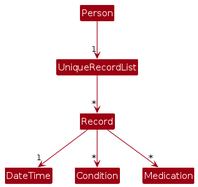
The PlantUML diagram diagrams/RecordClassDiagram.png in ryanongwx/tp, before a commit. Its source is kept beside it as diagrams/RecordClassDiagram.puml. Source of this version:
```plantuml
@startuml
!include style.puml
skinparam ArrowFontStyle plain
skinparam arrowThickness 1.1
skinparam arrowColor MODEL_COLOR
skinparam classBackgroundColor MODEL_COLOR

Person -down-> "1" UniqueRecordList
UniqueRecordList -down-> "*" Record
Record -down-> "1" DateTime
Record -down-> "*" Condition
Record -down-> "*" Medication
@enduml
```
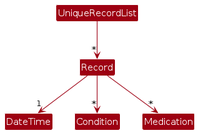
The same diagram one commit later.

What changed in the source:
```diff
@@ -5,7 +5,6 @@
 skinparam arrowColor MODEL_COLOR
 skinparam classBackgroundColor MODEL_COLOR
 
-Person -down-> "1" UniqueRecordList
 UniqueRecordList -down-> "*" Record
 Record -down-> "1" DateTime
 Record -down-> "*" Condition
```
